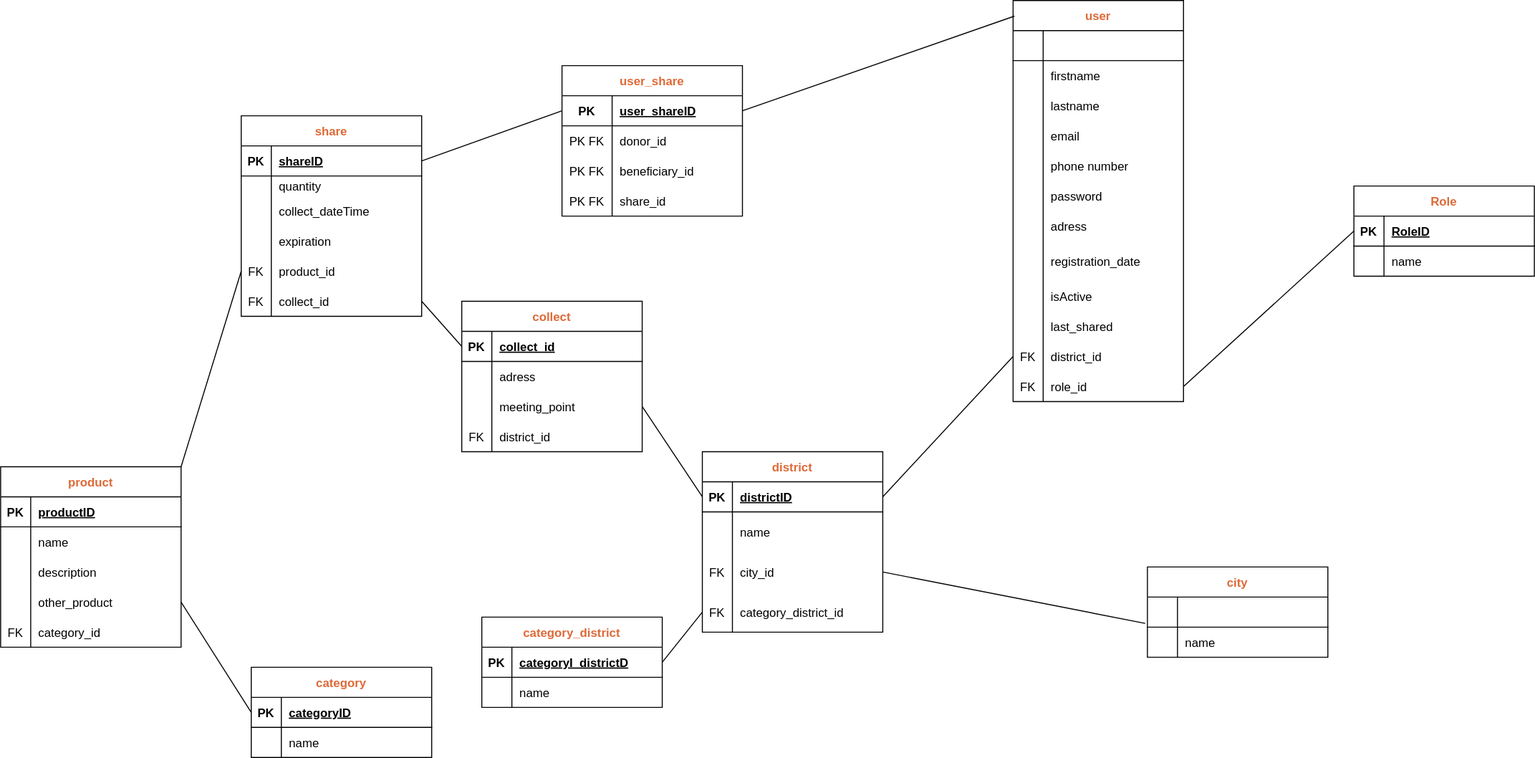
Above: code/server/Merise_VAG/MLD/vag.drawio.svg in Mandine42/vag (draw.io), before the change. Source tidied: cells renumbered, new cells last; positions are measured from the earlier drawing's top-left corner, leaving out a move shared by most shapes.
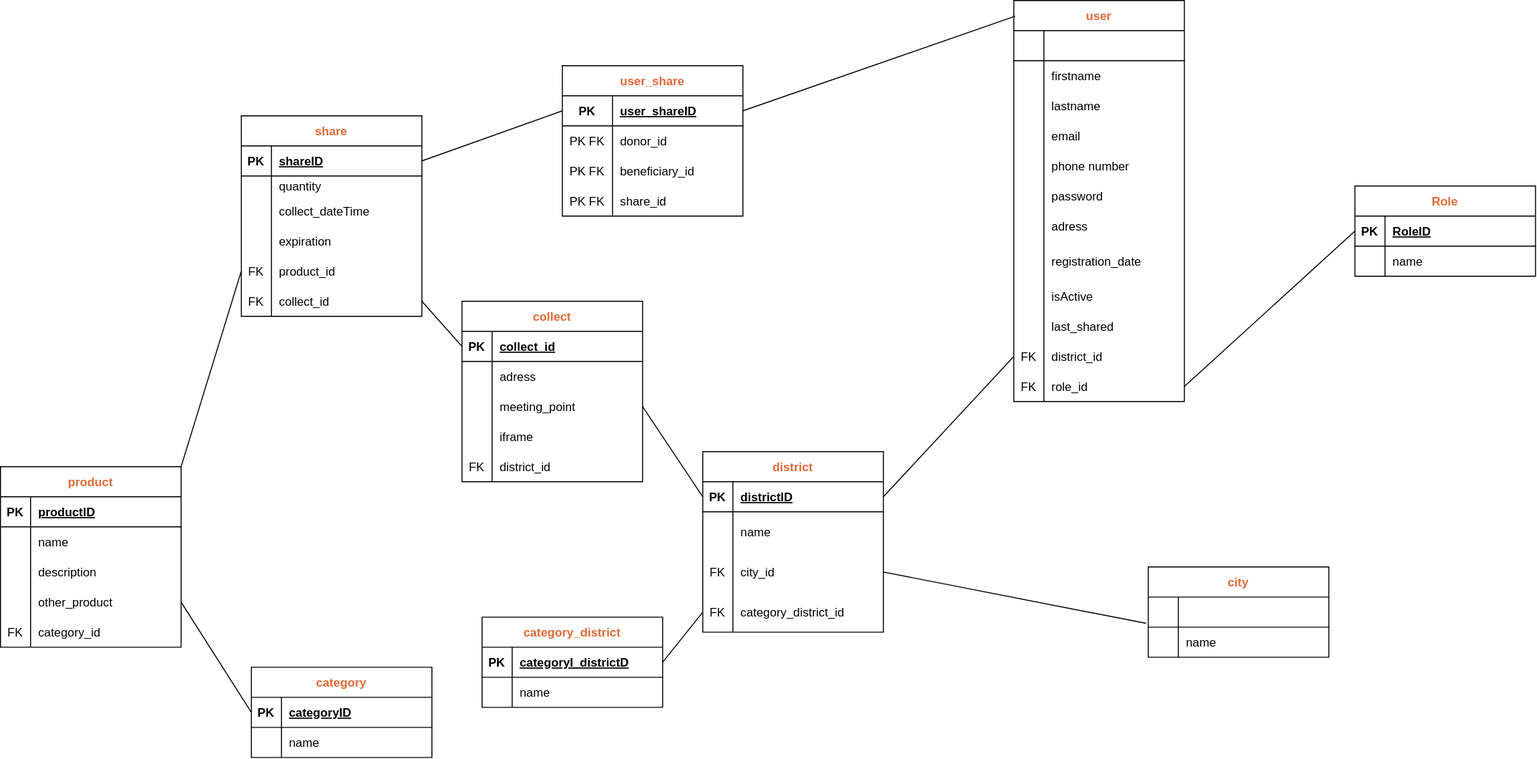
The same diagram one commit later.

What changed in the source:
```diff
@@ -383,7 +383,7 @@
       <mxGeometry relative="1" as="geometry" />
     </mxCell>
     <mxCell id="128" value="collect" style="shape=table;startSize=30;rowLines=0;fontStyle=1;align=center;fontColor=#DE6A38;" parent="1" vertex="1">
-      <mxGeometry x="460" y="300" width="180" height="150" as="geometry" />
+      <mxGeometry x="460" y="300" width="180" height="180" as="geometry" />
     </mxCell>
     <mxCell id="129" style="shape=tableRow;horizontal=0;startSize=0;swimlaneHead=0;swimlaneBody=0;fillColor=none;points=[[0,0.5],[1,0.5]];portConstraint=eastwest;top=0;left=0;right=0;bottom=1;" parent="128" vertex="1">
       <mxGeometry y="30" width="180" height="30" as="geometry" />
@@ -418,18 +418,24 @@
     <mxCell id="139" style="shape=partialRectangle;fillColor=none;top=0;left=0;bottom=0;right=0;overflow=hidden;" parent="138" vertex="1">
       <mxGeometry width="30" height="30" as="geometry" />
     </mxCell>
-    <mxCell id="140" value="district_id" style="shape=partialRectangle;fillColor=none;top=0;left=0;bottom=0;right=0;align=left;spacingLeft=6;overflow=hidden;" parent="138" vertex="1">
+    <mxCell id="140" value="iframe" style="shape=partialRectangle;fillColor=none;top=0;left=0;bottom=0;right=0;align=left;spacingLeft=6;overflow=hidden;" parent="138" vertex="1">
       <mxGeometry x="30" width="150" height="30" as="geometry" />
     </mxCell>
+    <mxCell id="152" style="shape=tableRow;horizontal=0;startSize=0;swimlaneHead=0;swimlaneBody=0;fillColor=none;top=0;left=0;right=0;bottom=0;" parent="128" vertex="1">
+      <mxGeometry y="150" width="180" height="30" as="geometry" />
+    </mxCell>
+    <mxCell id="143" value="FK" style="shape=partialRectangle;fillColor=none;top=0;left=0;bottom=0;right=0;overflow=hidden;" parent="152" vertex="1">
+      <mxGeometry width="30" height="30" as="geometry" />
+    </mxCell>
+    <mxCell id="153" value="district_id" style="shape=partialRectangle;fillColor=none;top=0;left=0;bottom=0;right=0;align=left;spacingLeft=6;overflow=hidden;" parent="152" vertex="1">
+      <mxGeometry x="30" width="150" height="30" as="geometry" />
+    </mxCell>
     <mxCell id="141" style="endArrow=none;html=1;rounded=0;fontColor=#DE6A38;exitX=1;exitY=0.5;exitDx=0;exitDy=0;entryX=0;entryY=0.5;entryDx=0;entryDy=0;" parent="1" edge="1" source="135" target="47">
       <mxGeometry relative="1" as="geometry" />
     </mxCell>
     <mxCell id="142" style="endArrow=none;html=1;rounded=0;fontColor=#DE6A38;exitX=1;exitY=0.5;exitDx=0;exitDy=0;entryX=0;entryY=0.5;entryDx=0;entryDy=0;" parent="1" edge="1" source="77" target="129">
       <mxGeometry relative="1" as="geometry" />
     </mxCell>
-    <mxCell id="143" value="FK" style="shape=partialRectangle;fillColor=none;top=0;left=0;bottom=0;right=0;overflow=hidden;" parent="1" vertex="1">
-      <mxGeometry x="460" y="420" width="30" height="30" as="geometry" />
-    </mxCell>
     <mxCell id="144" value="Role" style="shape=table;startSize=30;rowLines=0;fontStyle=1;align=center;fontColor=#DE6A38;" parent="1" vertex="1">
       <mxGeometry x="1350" y="185" width="180" height="90" as="geometry" />
     </mxCell>
```
